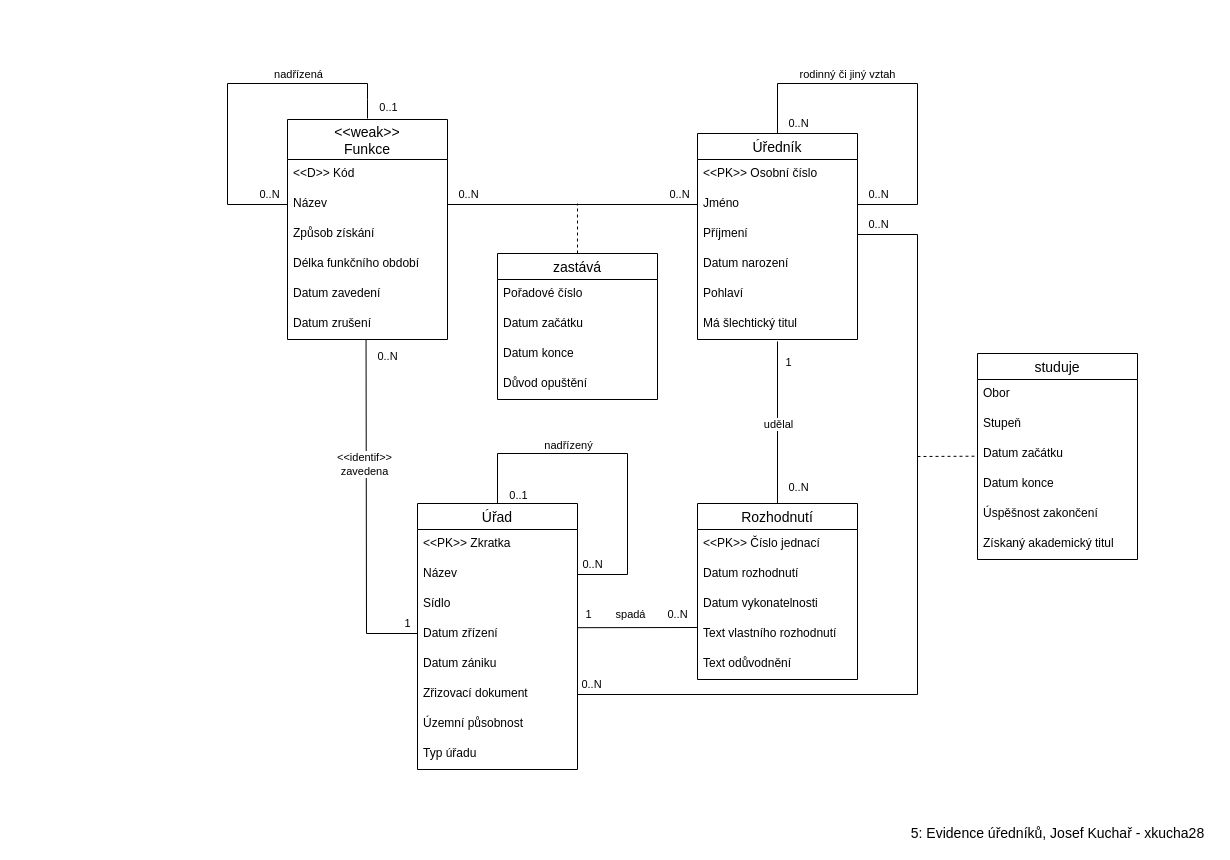
The draw.io diagram ius-hw.drawio in JosefKuchar/ius-hw, before the edit. Source tidied: cells renumbered, new cells numbered last; positions are measured from the earlier drawing's top-left corner, leaving out a move shared by most shapes. Both pictures are drawn from the tidied source at 100%, with x=0, y=0 at pixel (227, 83).
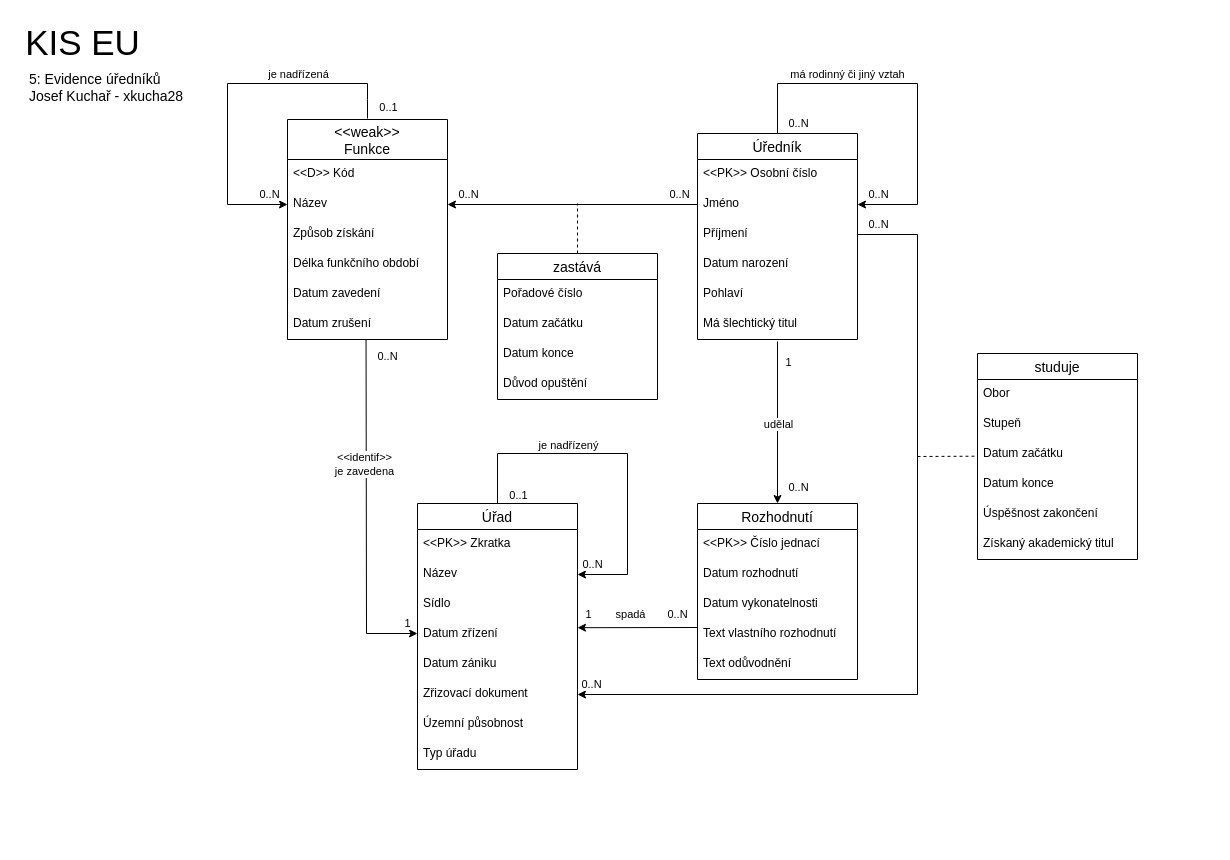
The same page after the edit.

Unchanged cells that the change refers to:
```xml
<mxCell id="2" value="Úředník" style="swimlane;fontStyle=0;horizontal=1;startSize=26;align=center;fontSize=14;fontColor=default;" parent="1" vertex="1">
  <mxGeometry x="470" y="50" width="160" height="206" as="geometry" />
</mxCell>
<mxCell id="4" value="Jméno" style="text;strokeColor=none;fillColor=none;spacingLeft=4;spacingRight=4;overflow=hidden;points=[[0,0.5],[1,0.5]];portConstraint=eastwest;fontSize=12;fontColor=default;" parent="2" vertex="1">
  <mxGeometry y="56" width="160" height="30" as="geometry" />
</mxCell>
<mxCell id="5" value="Příjmení" style="text;strokeColor=none;fillColor=none;spacingLeft=4;spacingRight=4;overflow=hidden;points=[[0,0.5],[1,0.5]];portConstraint=eastwest;fontSize=12;fontColor=default;" parent="2" vertex="1">
  <mxGeometry y="86" width="160" height="30" as="geometry" />
</mxCell>
<mxCell id="8" value="Má šlechtický titul" style="text;strokeColor=none;fillColor=none;spacingLeft=4;spacingRight=4;overflow=hidden;points=[[0,0.5],[1,0.5]];portConstraint=eastwest;fontSize=12;fontColor=default;" parent="2" vertex="1">
  <mxGeometry y="176" width="160" height="30" as="geometry" />
</mxCell>
<mxCell id="13" value="Rozhodnutí" style="swimlane;fontStyle=0;horizontal=1;startSize=26;align=center;fontSize=14;fontColor=default;" parent="1" vertex="1">
  <mxGeometry x="470" y="420" width="160" height="176" as="geometry" />
</mxCell>
<mxCell id="19" value="Úřad" style="swimlane;fontStyle=0;horizontal=1;startSize=26;align=center;fontSize=14;fontColor=default;" parent="1" vertex="1">
  <mxGeometry x="190" y="420" width="160" height="266" as="geometry" />
</mxCell>
<mxCell id="21" value="Název" style="text;strokeColor=none;fillColor=none;spacingLeft=4;spacingRight=4;overflow=hidden;points=[[0,0.5],[1,0.5]];portConstraint=eastwest;fontSize=12;fontColor=default;" parent="19" vertex="1">
  <mxGeometry y="56" width="160" height="30" as="geometry" />
</mxCell>
<mxCell id="25" value="Zřizovací dokument" style="text;strokeColor=none;fillColor=none;spacingLeft=4;spacingRight=4;overflow=hidden;points=[[0,0.5],[1,0.5]];portConstraint=eastwest;fontSize=12;fontColor=default;" parent="19" vertex="1">
  <mxGeometry y="176" width="160" height="30" as="geometry" />
</mxCell>
<mxCell id="42" value="&lt;&lt;weak&gt;&gt;&#10;Funkce" style="swimlane;fontStyle=0;horizontal=1;startSize=40;align=center;fontSize=14;fontColor=default;perimeterSpacing=1;fillColor=default;strokeColor=default;" parent="1" vertex="1">
  <mxGeometry x="60" y="36" width="160" height="220" as="geometry" />
</mxCell>
<mxCell id="44" value="Název" style="text;strokeColor=none;fillColor=none;spacingLeft=4;spacingRight=4;overflow=hidden;points=[[0,0.5],[1,0.5]];portConstraint=eastwest;fontSize=12;fontColor=default;" parent="42" vertex="1">
  <mxGeometry y="70" width="160" height="30" as="geometry" />
</mxCell>
<mxCell id="52" value="Datum zrušení" style="text;strokeColor=none;fillColor=none;spacingLeft=4;spacingRight=4;overflow=hidden;points=[[0,0.5],[1,0.5]];portConstraint=eastwest;fontSize=12;fontColor=default;" parent="42" vertex="1">
  <mxGeometry y="190" width="160" height="30" as="geometry" />
</mxCell>
```

The edit, as a diff of the source:
```diff
@@
-    <mxCell id="9" style="endArrow=none;html=1;rounded=0;exitX=1;exitY=0.5;exitDx=0;exitDy=0;entryX=0.5;entryY=0;entryDx=0;entryDy=0;fontColor=default;" parent="2" edge="1" source="4" target="2">
+    <mxCell id="9" style="endArrow=none;html=1;rounded=0;exitX=1;exitY=0.5;exitDx=0;exitDy=0;entryX=0.5;entryY=0;entryDx=0;entryDy=0;fontColor=default;startArrow=classic;startFill=1;" parent="2" edge="1" source="4" target="2">
       <mxGeometry relative="1" as="geometry">
         <Array as="points">
           <mxPoint x="220" y="71" />
           <mxPoint x="220" y="-50" />
           <mxPoint x="80" y="-50" />
         </Array>
       </mxGeometry>
     </mxCell>
-    <mxCell id="10" value="rodinný či jiný vztah" style="edgeLabel;html=1;align=center;verticalAlign=middle;fontColor=default;" parent="9" vertex="1">
+    <mxCell id="10" value="má rodinný či jiný vztah" style="edgeLabel;html=1;align=center;verticalAlign=middle;fontColor=default;" parent="9" vertex="1">
       <mxGeometry x="0.55" y="-1" relative="1" as="geometry">
         <mxPoint x="36" y="-9" as="offset" />
       </mxGeometry>
     </mxCell>
@@
-    <mxCell id="28" style="endArrow=none;html=1;rounded=0;exitX=0.5;exitY=0;exitDx=0;exitDy=0;entryX=1;entryY=0.5;entryDx=0;entryDy=0;fontColor=default;" parent="19" edge="1" source="19" target="21">
+    <mxCell id="28" style="endArrow=classic;html=1;rounded=0;exitX=0.5;exitY=0;exitDx=0;exitDy=0;entryX=1;entryY=0.5;entryDx=0;entryDy=0;fontColor=default;startArrow=none;startFill=0;endFill=1;" parent="19" edge="1" source="19" target="21">
       <mxGeometry relative="1" as="geometry">
         <Array as="points">
           <mxPoint x="80" y="-50" />
           <mxPoint x="210" y="-50" />
           <mxPoint x="210" y="71" />
         </Array>
       </mxGeometry>
     </mxCell>
-    <mxCell id="29" value="nadřízený" style="edgeLabel;html=1;align=center;verticalAlign=middle;fontColor=default;" parent="28" vertex="1">
+    <mxCell id="29" value="je nadřízený" style="edgeLabel;html=1;align=center;verticalAlign=middle;fontColor=default;" parent="28" vertex="1">
       <mxGeometry x="-0.43" relative="1" as="geometry">
         <mxPoint x="20" y="-9" as="offset" />
       </mxGeometry>
     </mxCell>
@@
-    <mxCell id="39" style="endArrow=none;html=1;rounded=0;fontFamily=Helvetica;exitX=1;exitY=0.5;exitDx=0;exitDy=0;entryX=1;entryY=0.5;entryDx=0;entryDy=0;fontColor=default;" parent="1" edge="1" source="5" target="25">
+    <mxCell id="39" style="endArrow=classic;html=1;rounded=0;fontFamily=Helvetica;exitX=1;exitY=0.5;exitDx=0;exitDy=0;entryX=1;entryY=0.5;entryDx=0;entryDy=0;fontColor=default;startArrow=none;startFill=0;endFill=1;" parent="1" edge="1" source="5" target="25">
       <mxGeometry relative="1" as="geometry">
         <Array as="points">
           <mxPoint x="690" y="151" />
           <mxPoint x="690" y="611" />
         </Array>
       </mxGeometry>
     </mxCell>
@@
-    <mxCell id="48" style="endArrow=none;html=1;rounded=0;entryX=0;entryY=0.5;entryDx=0;entryDy=0;exitX=0.5;exitY=0;exitDx=0;exitDy=0;fontColor=default;strokeColor=default;labelBackgroundColor=default;" parent="42" edge="1" source="42" target="44">
+    <mxCell id="48" style="endArrow=classic;html=1;rounded=0;entryX=0;entryY=0.5;entryDx=0;entryDy=0;exitX=0.5;exitY=0;exitDx=0;exitDy=0;fontColor=default;strokeColor=default;labelBackgroundColor=default;endFill=1;" parent="42" edge="1" source="42" target="44">
       <mxGeometry relative="1" as="geometry">
         <Array as="points">
           <mxPoint x="80" y="-20" />
           <mxPoint x="80" y="-36" />
           <mxPoint x="-60" y="-36" />
           <mxPoint x="-60" y="85" />
         </Array>
       </mxGeometry>
     </mxCell>
-    <mxCell id="49" value="nadřízená" style="edgeLabel;html=1;align=center;verticalAlign=middle;fontColor=default;labelBackgroundColor=default;" parent="48" vertex="1">
+    <mxCell id="49" value="je nadřízená" style="edgeLabel;html=1;align=center;verticalAlign=middle;fontColor=default;labelBackgroundColor=default;" parent="48" vertex="1">
       <mxGeometry x="-0.17" relative="1" as="geometry">
         <mxPoint x="43" y="-10" as="offset" />
       </mxGeometry>
     </mxCell>
@@
-    <mxCell id="58" style="endArrow=none;html=1;rounded=0;exitX=0.5;exitY=0;exitDx=0;exitDy=0;entryX=0.5;entryY=1.067;entryDx=0;entryDy=0;entryPerimeter=0;fontColor=default;" parent="1" edge="1" source="13" target="8">
+    <mxCell id="58" style="endArrow=none;html=1;rounded=0;exitX=0.5;exitY=0;exitDx=0;exitDy=0;entryX=0.5;entryY=1.067;entryDx=0;entryDy=0;entryPerimeter=0;fontColor=default;startArrow=classic;startFill=1;endFill=0;" parent="1" edge="1" source="13" target="8">
       <mxGeometry relative="1" as="geometry" />
     </mxCell>
@@
-    <mxCell id="62" style="endArrow=none;html=1;rounded=0;entryX=0.491;entryY=1.005;entryDx=0;entryDy=0;entryPerimeter=0;fontColor=default;strokeColor=default;labelBackgroundColor=default;" parent="1" edge="1" target="52">
+    <mxCell id="62" style="endArrow=none;html=1;rounded=0;entryX=0.491;entryY=1.005;entryDx=0;entryDy=0;entryPerimeter=0;fontColor=default;strokeColor=default;labelBackgroundColor=default;endFill=0;startArrow=classic;startFill=1;" parent="1" edge="1" target="52">
       <mxGeometry relative="1" as="geometry">
         <mxPoint x="190" y="550" as="sourcePoint" />
         <Array as="points">
           <mxPoint x="139" y="550" />
         </Array>
       </mxGeometry>
     </mxCell>
@@
-    <mxCell id="65" value="&amp;lt;&amp;lt;identif&amp;gt;&amp;gt;&lt;br&gt;zavedena" style="edgeLabel;html=1;align=center;verticalAlign=middle;fontColor=default;labelBackgroundColor=default;" parent="62" vertex="1">
+    <mxCell id="65" value="&amp;lt;&amp;lt;identif&amp;gt;&amp;gt;&lt;br&gt;je zavedena" style="edgeLabel;html=1;align=center;verticalAlign=middle;fontColor=default;labelBackgroundColor=default;" parent="62" vertex="1">
       <mxGeometry x="0.28" y="2" relative="1" as="geometry" />
     </mxCell>
-    <mxCell id="66" style="endArrow=none;html=1;rounded=0;exitX=1;exitY=0.5;exitDx=0;exitDy=0;entryX=0;entryY=0.5;entryDx=0;entryDy=0;fontColor=default;strokeColor=default;labelBackgroundColor=default;" parent="1" edge="1" source="44" target="4">
+    <mxCell id="66" style="endArrow=none;html=1;rounded=0;exitX=1;exitY=0.5;exitDx=0;exitDy=0;entryX=0;entryY=0.5;entryDx=0;entryDy=0;fontColor=default;strokeColor=default;labelBackgroundColor=default;startArrow=classic;startFill=1;" parent="1" edge="1" source="44" target="4">
       <mxGeometry relative="1" as="geometry" />
     </mxCell>
@@
-    <mxCell id="70" style="endArrow=none;html=1;rounded=0;exitX=1;exitY=0.272;exitDx=0;exitDy=0;exitPerimeter=0;fontColor=default;" parent="1" edge="1">
+    <mxCell id="70" style="endArrow=none;html=1;rounded=0;exitX=1;exitY=0.272;exitDx=0;exitDy=0;exitPerimeter=0;fontColor=default;endFill=0;startArrow=classic;startFill=1;" parent="1" edge="1">
       <mxGeometry relative="1" as="geometry">
         <mxPoint x="350" y="544.2" as="sourcePoint" />
         <mxPoint x="470" y="544" as="targetPoint" />
       </mxGeometry>
     </mxCell>
@@
-    <mxCell id="75" value="5: Evidence úředníků, Josef Kuchař - xkucha28" style="text;html=1;align=center;verticalAlign=middle;strokeColor=none;fillColor=none;fontSize=14;fontColor=default;" parent="1" vertex="1">
-      <mxGeometry x="675" y="740" width="310" height="20" as="geometry" />
+    <mxCell id="75" value="5: Evidence úředníků&lt;br&gt;Josef Kuchař - xkucha28" style="text;html=1;align=left;verticalAlign=middle;strokeColor=none;fillColor=none;fontSize=14;fontColor=default;" parent="1" vertex="1">
+      <mxGeometry x="-200" y="-16" width="170" height="40" as="geometry" />
     </mxCell>
+    <mxCell id="76" value="KIS EU" style="text;html=1;align=center;verticalAlign=middle;strokeColor=none;fillColor=none;fontSize=35;" parent="1" vertex="1">
+      <mxGeometry x="-210" y="-66" width="130" height="50" as="geometry" />
+    </mxCell>
```
